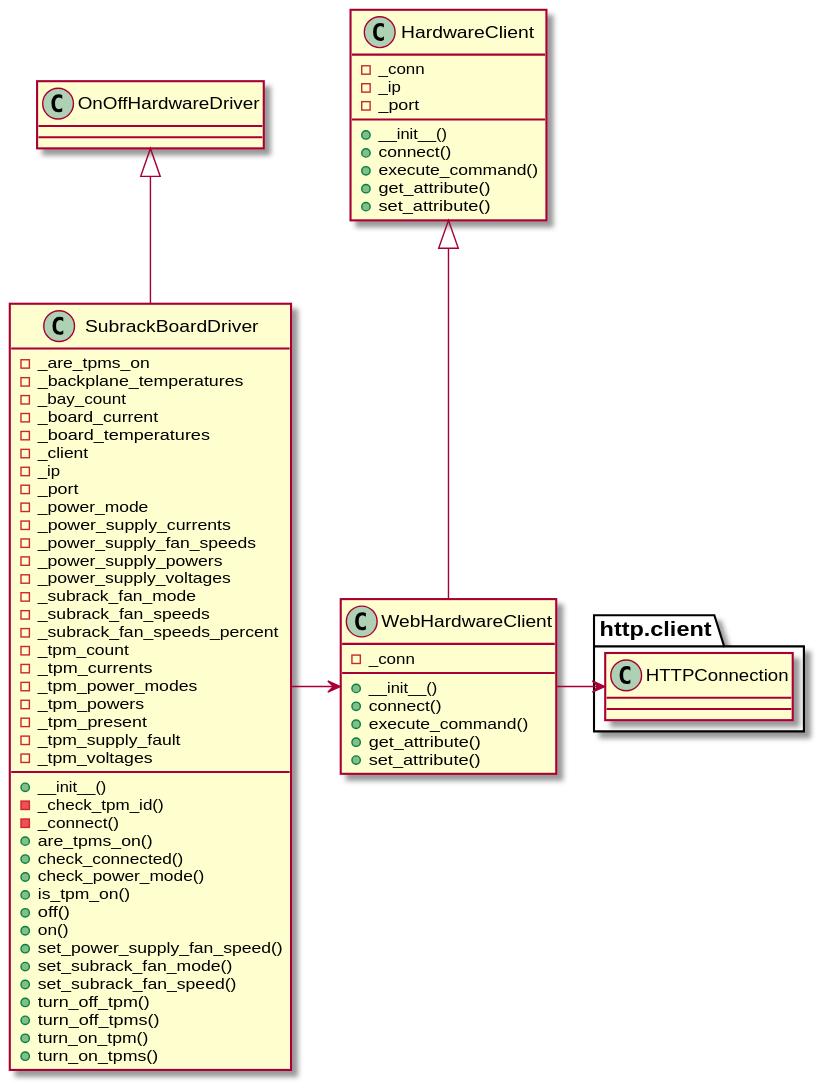
ska-telescope/ska-low-mccs-spshw keeps this PlantUML diagram as docs/source/api/subrack_driver_class_diagram.svg. Above is the earlier version.
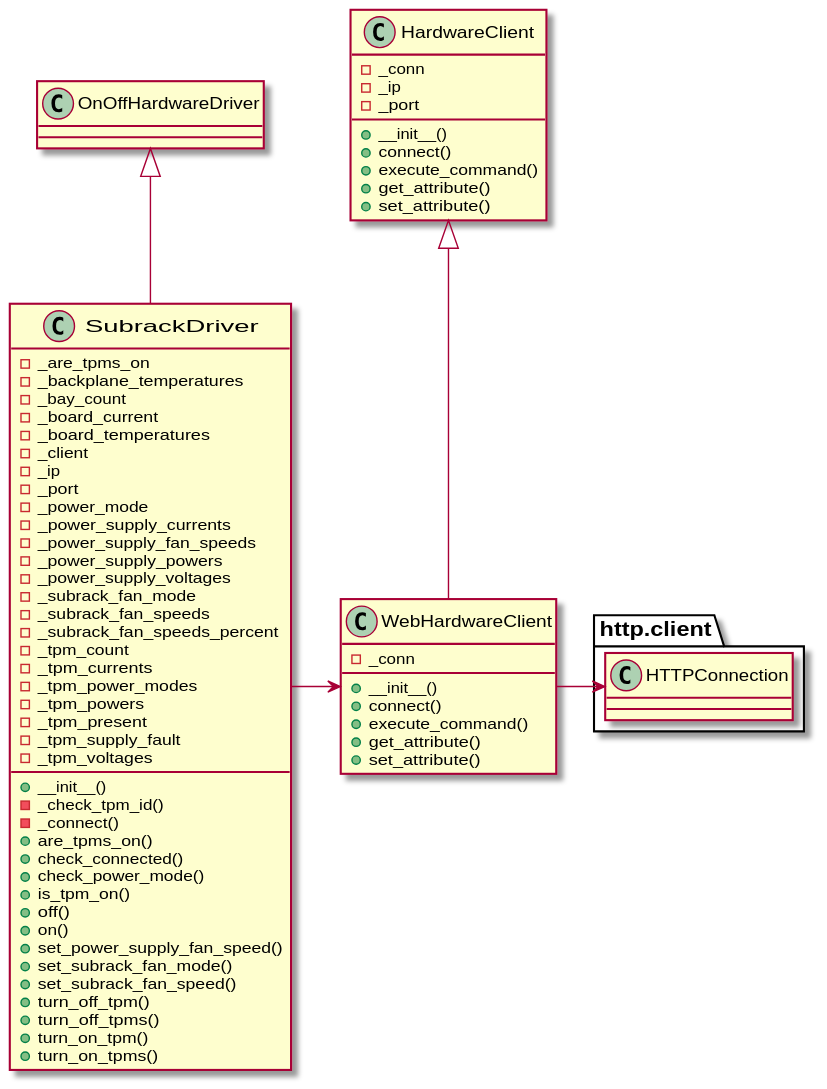
Later version of the same file.

The edit, as a diff of the source:
```diff
@@ -30,7 +30,7 @@
 
 }
 
-class SubrackBoardDriver {
+class SubrackDriver {
   -_are_tpms_on
   -_backplane_temperatures
   -_bay_count
@@ -73,8 +73,8 @@
 }
 
 
-OnOffHardwareDriver <|-down- SubrackBoardDriver
+OnOffHardwareDriver <|-down- SubrackDriver
 HardwareClient <|-down- WebHardwareClient
-WebHardwareClient <-left- SubrackBoardDriver
+WebHardwareClient <-left- SubrackDriver
 WebHardwareClient -left-> http.client.HTTPConnection
 @enduml
```
